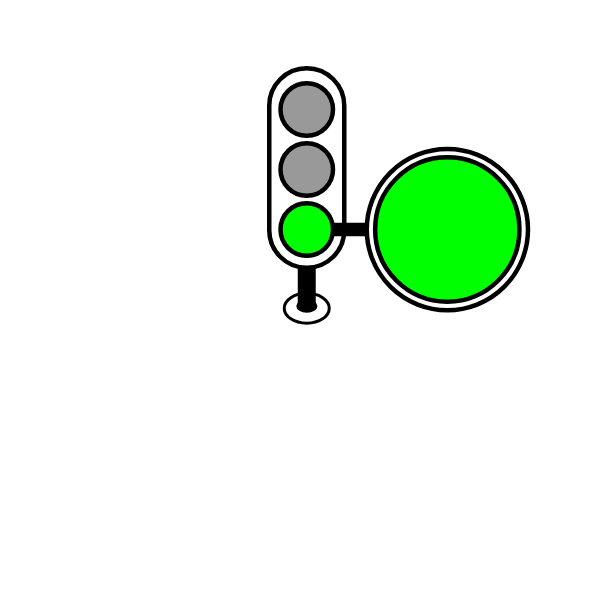
Above: assets/images/trafficlight-green-countdown.drawio in priobike/priobike-flutter-app (draw.io), before the change. Source tidied: cells renumbered, new cells numbered last; positions are measured from the earlier drawing's top-left corner, leaving out a move shared by most shapes. Both pictures are drawn from the tidied source at 150%, with x=0, y=0 at pixel (268, 68).
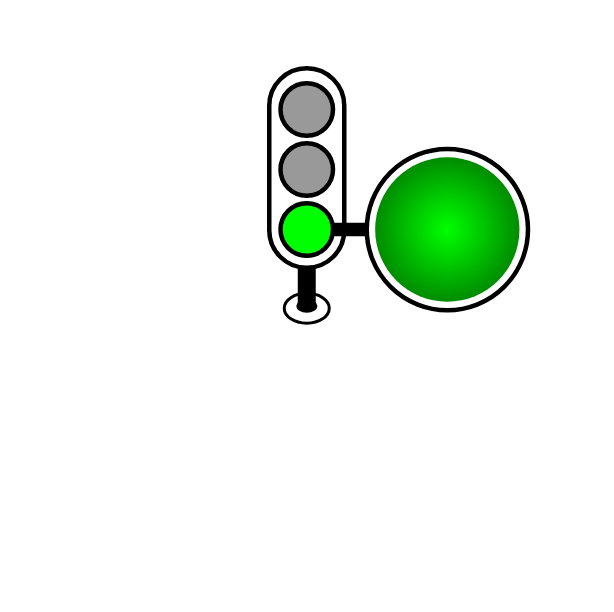
The same page after the edit.

Change to the diagram source:
```diff
@@
 <mxGraphModel>
   <root>
     <mxCell id="0" />
     <mxCell id="1" parent="0" />
+    <mxCell id="12" style="whiteSpace=wrap;html=1;fillColor=none;strokeColor=none;" parent="1" vertex="1">
+      <mxGeometry x="-162.9" y="-29.4" width="375.8" height="375.8" as="geometry" />
+    </mxCell>
     <mxCell id="2" style="rounded=1;whiteSpace=wrap;html=1;perimeterSpacing=0;arcSize=50;strokeWidth=3;" parent="1" vertex="1">
       <mxGeometry width="50" height="133" as="geometry" />
     </mxCell>
     <mxCell id="3" style="ellipse;whiteSpace=wrap;html=1;fillColor=#999999;fontColor=#333333;strokeColor=#000000;strokeWidth=3;" parent="1" vertex="1">
       <mxGeometry x="7.5" y="10" width="35" height="35" as="geometry" />
     </mxCell>
     <mxCell id="4" style="ellipse;whiteSpace=wrap;html=1;fillColor=#999999;fontColor=#333333;strokeColor=#000000;strokeWidth=3;" parent="1" vertex="1">
       <mxGeometry x="7.5" y="50" width="35" height="35" as="geometry" />
     </mxCell>
     <mxCell id="5" style="ellipse;whiteSpace=wrap;html=1;fillColor=#00FF00;fontColor=#333333;strokeColor=#000000;strokeWidth=3;shadow=0;" parent="1" vertex="1">
       <mxGeometry x="7.5" y="90" width="35" height="35" as="geometry" />
     </mxCell>
     <mxCell id="6" style="ellipse;whiteSpace=wrap;html=1;shadow=0;gradientDirection=radial;strokeWidth=3;" parent="1" vertex="1">
       <mxGeometry x="65" y="53.8" width="107.5" height="107.5" as="geometry" />
     </mxCell>
     <mxCell id="7" style="endArrow=none;html=1;rounded=0;strokeWidth=9;" parent="1" edge="1" source="5" target="6">
       <mxGeometry relative="1" as="geometry" />
     </mxCell>
-    <mxCell id="8" style="ellipse;whiteSpace=wrap;html=1;shadow=0;fillColor=#00FF00;gradientColor=none;gradientDirection=radial;strokeWidth=3;" parent="1" vertex="1">
+    <mxCell id="8" style="ellipse;whiteSpace=wrap;html=1;shadow=0;fillColor=#00FF00;gradientColor=#008C00;gradientDirection=radial;strokeWidth=3;strokeColor=none;" parent="1" vertex="1">
       <mxGeometry x="70.6" y="59.4" width="96.2" height="96.2" as="geometry" />
     </mxCell>
     <mxCell id="9" style="ellipse;whiteSpace=wrap;html=1;strokeWidth=2;" parent="1" vertex="1">
       <mxGeometry x="10" y="150" width="30" height="20" as="geometry" />
     </mxCell>
     <mxCell id="10" style="ellipse;whiteSpace=wrap;html=1;strokeWidth=3;strokeColor=none;fillColor=#000000;" parent="1" vertex="1">
       <mxGeometry x="18" y="154" width="14.1" height="9" as="geometry" />
     </mxCell>
     <mxCell id="11" style="endArrow=none;html=1;rounded=0;exitX=0.5;exitY=1;exitDx=0;exitDy=0;strokeWidth=12;" parent="1" edge="1" source="2">
       <mxGeometry relative="1" as="geometry">
         <mxPoint x="25" y="160" as="targetPoint" />
       </mxGeometry>
     </mxCell>
   </root>
 </mxGraphModel>
```
